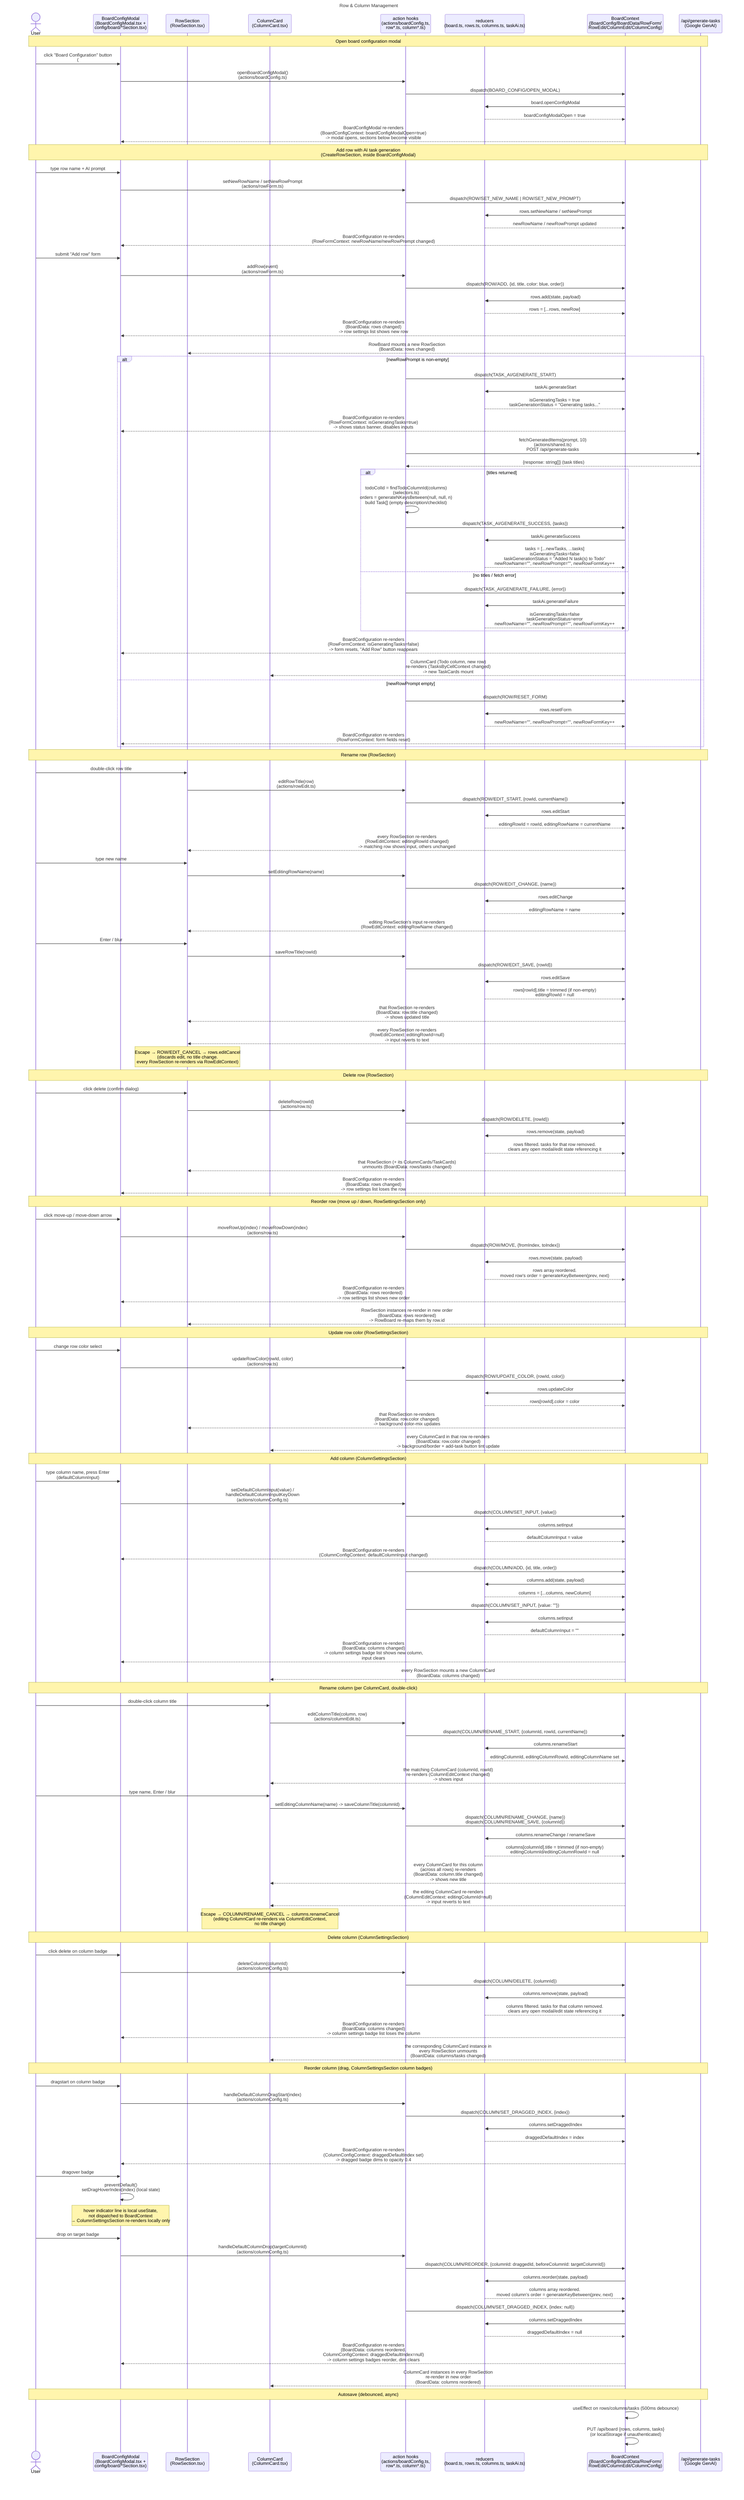
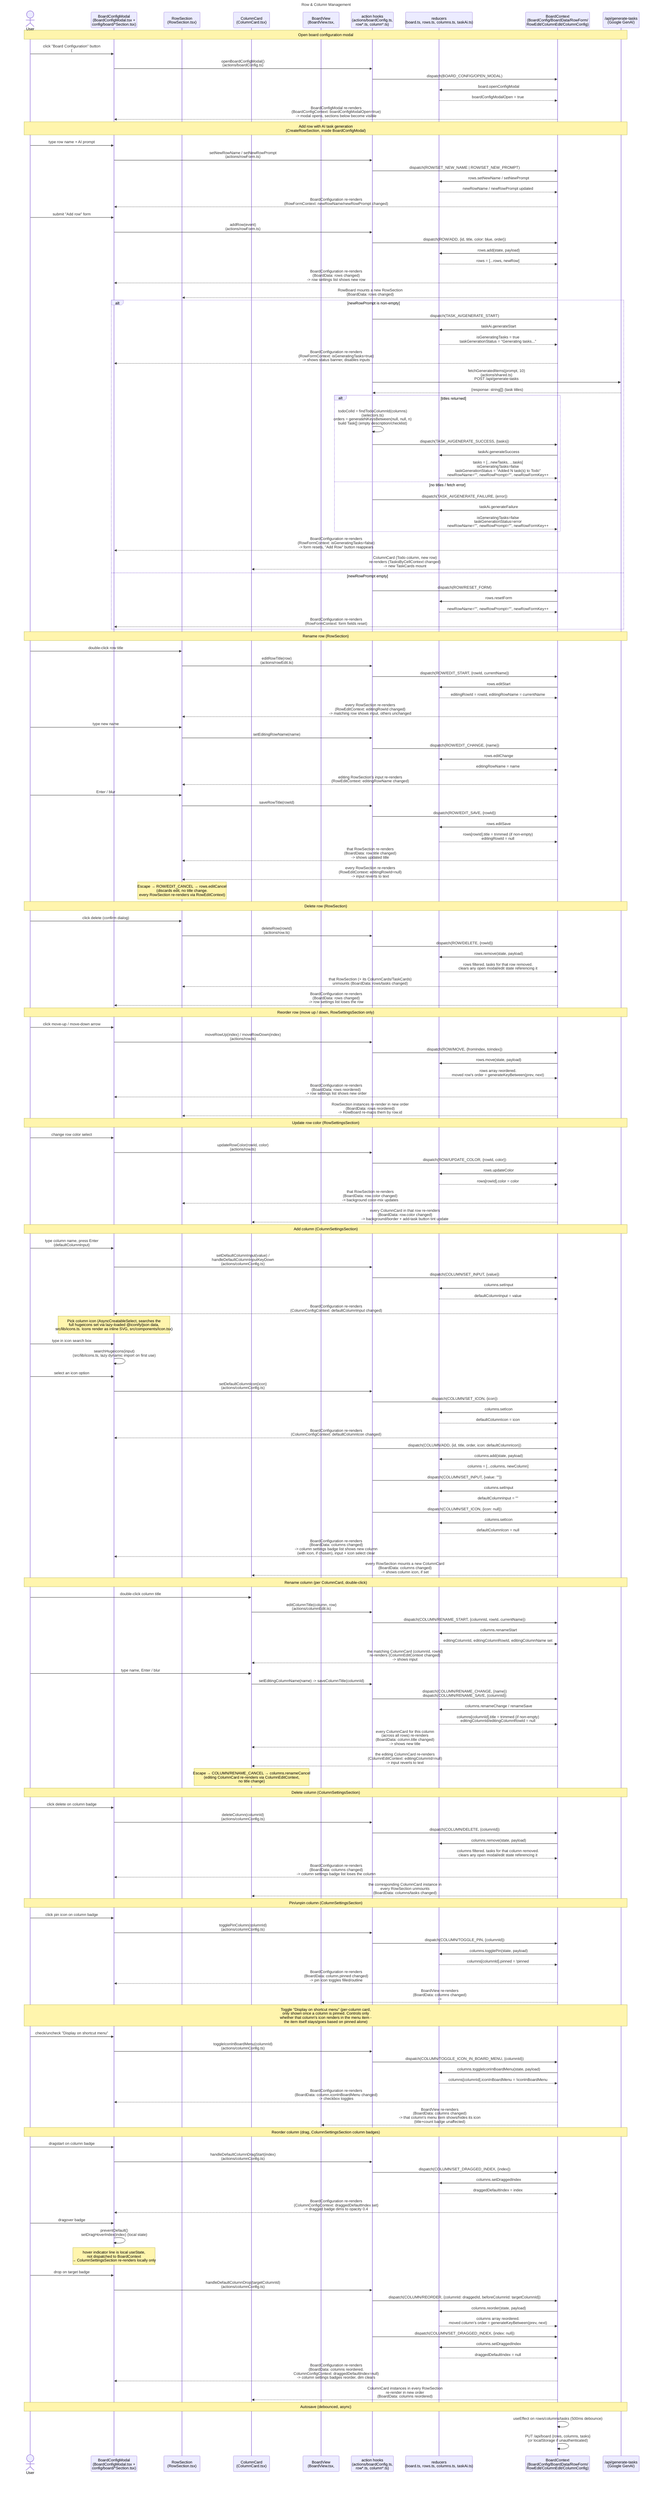
---
title: Row & Column Management
---
sequenceDiagram
    actor User
    participant Config as BoardConfigModal<br/>(BoardConfigModal.tsx +<br/>config/board/*Section.tsx)
    participant Row as RowSection<br/>(RowSection.tsx)
    participant Cell as ColumnCard<br/>(ColumnCard.tsx)
+     participant BoardMenu as BoardView<br/>(BoardView.tsx, #board-menu)
    participant Actions as action hooks<br/>(actions/boardConfig.ts,<br/>row*.ts, column*.ts)
    participant Reducer as reducers<br/>(board.ts, rows.ts, columns.ts, taskAi.ts)
    participant Ctx as BoardContext<br/>(BoardConfig/BoardData/RowForm/<br/>RowEdit/ColumnEdit/ColumnConfig)
    participant AI as /api/generate-tasks<br/>(Google GenAI)

    Note over User,AI: Open board configuration modal
    User->>Config: click "Board Configuration" button<br/>(#board-config-collapse-toggle, BoardView.tsx)
    Config->>Actions: openBoardConfigModal()<br/>(actions/boardConfig.ts)
    Actions->>Ctx: dispatch(BOARD_CONFIG/OPEN_MODAL)
    Ctx->>Reducer: board.openConfigModal
    Reducer-->>Ctx: boardConfigModalOpen = true
    Ctx-->>Config: BoardConfigModal re-renders<br/>(BoardConfigContext: boardConfigModalOpen=true)<br/>-> modal opens, sections below become visible

    Note over User,AI: Add row with AI task generation<br/>(CreateRowSection, inside BoardConfigModal)
    User->>Config: type row name + AI prompt
    Config->>Actions: setNewRowName / setNewRowPrompt<br/>(actions/rowForm.ts)
    Actions->>Ctx: dispatch(ROW/SET_NEW_NAME | ROW/SET_NEW_PROMPT)
    Ctx->>Reducer: rows.setNewName / setNewPrompt
    Reducer-->>Ctx: newRowName / newRowPrompt updated
    Ctx-->>Config: BoardConfiguration re-renders<br/>(RowFormContext: newRowName/newRowPrompt changed)

    User->>Config: submit "Add row" form
    Config->>Actions: addRow(event)<br/>(actions/rowForm.ts)
    Actions->>Ctx: dispatch(ROW/ADD, {id, title, color: blue, order})
    Ctx->>Reducer: rows.add(state, payload)
    Reducer-->>Ctx: rows = [...rows, newRow]
    Ctx-->>Config: BoardConfiguration re-renders<br/>(BoardData: rows changed)<br/>-> row settings list shows new row
    Ctx-->>Row: RowBoard mounts a new RowSection<br/>(BoardData: rows changed)

    alt newRowPrompt is non-empty
        Actions->>Ctx: dispatch(TASK_AI/GENERATE_START)
        Ctx->>Reducer: taskAi.generateStart
        Reducer-->>Ctx: isGeneratingTasks = true<br/>taskGenerationStatus = "Generating tasks..."
        Ctx-->>Config: BoardConfiguration re-renders<br/>(RowFormContext: isGeneratingTasks=true)<br/>-> shows status banner, disables inputs

        Actions->>AI: fetchGeneratedItems(prompt, 10)<br/>(actions/shared.ts)<br/>POST /api/generate-tasks
        AI-->>Actions: {response: string[]} (task titles)

        alt titles returned
            Actions->>Actions: todoColId = findTodoColumnId(columns)<br/>(selectors.ts)<br/>orders = generateNKeysBetween(null, null, n)<br/>build Task[] (empty description/checklist)
            Actions->>Ctx: dispatch(TASK_AI/GENERATE_SUCCESS, {tasks})
            Ctx->>Reducer: taskAi.generateSuccess
            Reducer-->>Ctx: tasks = [...newTasks, ...tasks]<br/>isGeneratingTasks=false<br/>taskGenerationStatus = "Added N task(s) to Todo"<br/>newRowName="", newRowPrompt="", newRowFormKey++
        else no titles / fetch error
            Actions->>Ctx: dispatch(TASK_AI/GENERATE_FAILURE, {error})
            Ctx->>Reducer: taskAi.generateFailure
            Reducer-->>Ctx: isGeneratingTasks=false<br/>taskGenerationStatus=error<br/>newRowName="", newRowPrompt="", newRowFormKey++
        end
        Ctx-->>Config: BoardConfiguration re-renders<br/>(RowFormContext: isGeneratingTasks=false)<br/>-> form resets, "Add Row" button reappears
        Ctx-->>Cell: ColumnCard (Todo column, new row)<br/>re-renders (TasksByCellContext changed)<br/>-> new TaskCards mount
    else newRowPrompt empty
        Actions->>Ctx: dispatch(ROW/RESET_FORM)
        Ctx->>Reducer: rows.resetForm
        Reducer-->>Ctx: newRowName="", newRowPrompt="", newRowFormKey++
        Ctx-->>Config: BoardConfiguration re-renders<br/>(RowFormContext: form fields reset)
    end

    Note over User,AI: Rename row (RowSection)
    User->>Row: double-click row title
    Row->>Actions: editRowTitle(row)<br/>(actions/rowEdit.ts)
    Actions->>Ctx: dispatch(ROW/EDIT_START, {rowId, currentName})
    Ctx->>Reducer: rows.editStart
    Reducer-->>Ctx: editingRowId = rowId, editingRowName = currentName
    Ctx-->>Row: every RowSection re-renders<br/>(RowEditContext: editingRowId changed)<br/>-> matching row shows input, others unchanged

    User->>Row: type new name
    Row->>Actions: setEditingRowName(name)
    Actions->>Ctx: dispatch(ROW/EDIT_CHANGE, {name})
    Ctx->>Reducer: rows.editChange
    Reducer-->>Ctx: editingRowName = name
    Ctx-->>Row: editing RowSection's input re-renders<br/>(RowEditContext: editingRowName changed)

    User->>Row: Enter / blur
    Row->>Actions: saveRowTitle(rowId)
    Actions->>Ctx: dispatch(ROW/EDIT_SAVE, {rowId})
    Ctx->>Reducer: rows.editSave
    Reducer-->>Ctx: rows[rowId].title = trimmed (if non-empty)<br/>editingRowId = null
    Ctx-->>Row: that RowSection re-renders<br/>(BoardData: row.title changed)<br/>-> shows updated title
    Ctx-->>Row: every RowSection re-renders<br/>(RowEditContext: editingRowId=null)<br/>-> input reverts to text

    Note over Row: Escape → ROW/EDIT_CANCEL → rows.editCancel<br/>(discards edit, no title change.<br/>every RowSection re-renders via RowEditContext)

    Note over User,AI: Delete row (RowSection)
    User->>Row: click delete (confirm dialog)
    Row->>Actions: deleteRow(rowId)<br/>(actions/row.ts)
    Actions->>Ctx: dispatch(ROW/DELETE, {rowId})
    Ctx->>Reducer: rows.remove(state, payload)
    Reducer-->>Ctx: rows filtered. tasks for that row removed.<br/>clears any open modal/edit state referencing it
    Ctx-->>Row: that RowSection (+ its ColumnCards/TaskCards)<br/>unmounts (BoardData: rows/tasks changed)
    Ctx-->>Config: BoardConfiguration re-renders<br/>(BoardData: rows changed)<br/>-> row settings list loses the row

    Note over User,AI: Reorder row (move up / down, RowSettingsSection only)
    User->>Config: click move-up / move-down arrow
    Config->>Actions: moveRowUp(index) / moveRowDown(index)<br/>(actions/row.ts)
    Actions->>Ctx: dispatch(ROW/MOVE, {fromIndex, toIndex})
    Ctx->>Reducer: rows.move(state, payload)
    Reducer-->>Ctx: rows array reordered.<br/>moved row's order = generateKeyBetween(prev, next)
    Ctx-->>Config: BoardConfiguration re-renders<br/>(BoardData: rows reordered)<br/>-> row settings list shows new order
    Ctx-->>Row: RowSection instances re-render in new order<br/>(BoardData: rows reordered)<br/>-> RowBoard re-maps them by row.id

    Note over User,AI: Update row color (RowSettingsSection)
    User->>Config: change row color select
    Config->>Actions: updateRowColor(rowId, color)<br/>(actions/row.ts)
    Actions->>Ctx: dispatch(ROW/UPDATE_COLOR, {rowId, color})
    Ctx->>Reducer: rows.updateColor
    Reducer-->>Ctx: rows[rowId].color = color
    Ctx-->>Row: that RowSection re-renders<br/>(BoardData: row.color changed)<br/>-> background color-mix updates
    Ctx-->>Cell: every ColumnCard in that row re-renders<br/>(BoardData: row.color changed)<br/>-> background/border + add-task button tint update

    Note over User,AI: Add column (ColumnSettingsSection)
    User->>Config: type column name, press Enter<br/>(defaultColumnInput)
    Config->>Actions: setDefaultColumnInput(value) /<br/>handleDefaultColumnInputKeyDown<br/>(actions/columnConfig.ts)
    Actions->>Ctx: dispatch(COLUMN/SET_INPUT, {value})
    Ctx->>Reducer: columns.setInput
    Reducer-->>Ctx: defaultColumnInput = value
    Ctx-->>Config: BoardConfiguration re-renders<br/>(ColumnConfigContext: defaultColumnInput changed)

-     Actions->>Ctx: dispatch(COLUMN/ADD, {id, title, order})
+     Note over Config: Pick column icon (AsyncCreatableSelect, searches the<br/>full hugeicons set via lazy-loaded @iconify/json data,<br/>src/lib/icons.ts. Icons render as inline SVG, src/components/Icon.tsx)
+     User->>Config: type in icon search box
+     Config->>Config: searchHugeicons(input)<br/>(src/lib/icons.ts, lazy dynamic import on first use)
+     User->>Config: select an icon option
+     Config->>Actions: setDefaultColumnIcon(icon)<br/>(actions/columnConfig.ts)
+     Actions->>Ctx: dispatch(COLUMN/SET_ICON, {icon})
+     Ctx->>Reducer: columns.setIcon
+     Reducer-->>Ctx: defaultColumnIcon = icon
+     Ctx-->>Config: BoardConfiguration re-renders<br/>(ColumnConfigContext: defaultColumnIcon changed)
+ 
+     Actions->>Ctx: dispatch(COLUMN/ADD, {id, title, order, icon: defaultColumnIcon})
    Ctx->>Reducer: columns.add(state, payload)
    Reducer-->>Ctx: columns = [...columns, newColumn]
    Actions->>Ctx: dispatch(COLUMN/SET_INPUT, {value: ""})
    Ctx->>Reducer: columns.setInput
    Reducer-->>Ctx: defaultColumnInput = ""
-     Ctx-->>Config: BoardConfiguration re-renders<br/>(BoardData: columns changed)<br/>-> column settings badge list shows new column,<br/>input clears
-     Ctx-->>Cell: every RowSection mounts a new ColumnCard<br/>(BoardData: columns changed)
+     Actions->>Ctx: dispatch(COLUMN/SET_ICON, {icon: null})
+     Ctx->>Reducer: columns.setIcon
+     Reducer-->>Ctx: defaultColumnIcon = null
+     Ctx-->>Config: BoardConfiguration re-renders<br/>(BoardData: columns changed)<br/>-> column settings badge list shows new column<br/>(with icon, if chosen), input + icon select clear
+     Ctx-->>Cell: every RowSection mounts a new ColumnCard<br/>(BoardData: columns changed)<br/>-> shows column icon, if set

    Note over User,AI: Rename column (per ColumnCard, double-click)
    User->>Cell: double-click column title
    Cell->>Actions: editColumnTitle(column, row)<br/>(actions/columnEdit.ts)
    Actions->>Ctx: dispatch(COLUMN/RENAME_START, {columnId, rowId, currentName})
    Ctx->>Reducer: columns.renameStart
    Reducer-->>Ctx: editingColumnId, editingColumnRowId, editingColumnName set
    Ctx-->>Cell: the matching ColumnCard (columnId, rowId)<br/>re-renders (ColumnEditContext changed)<br/>-> shows input

    User->>Cell: type name, Enter / blur
    Cell->>Actions: setEditingColumnName(name) -> saveColumnTitle(columnId)
    Actions->>Ctx: dispatch(COLUMN/RENAME_CHANGE, {name})<br/>dispatch(COLUMN/RENAME_SAVE, {columnId})
    Ctx->>Reducer: columns.renameChange / renameSave
    Reducer-->>Ctx: columns[columnId].title = trimmed (if non-empty)<br/>editingColumnId/editingColumnRowId = null
    Ctx-->>Cell: every ColumnCard for this column<br/>(across all rows) re-renders<br/>(BoardData: column.title changed)<br/>-> shows new title
    Ctx-->>Cell: the editing ColumnCard re-renders<br/>(ColumnEditContext: editingColumnId=null)<br/>-> input reverts to text

    Note over Cell: Escape → COLUMN/RENAME_CANCEL → columns.renameCancel<br/>(editing ColumnCard re-renders via ColumnEditContext,<br/>no title change)

    Note over User,AI: Delete column (ColumnSettingsSection)
    User->>Config: click delete on column badge
    Config->>Actions: deleteColumn(columnId)<br/>(actions/columnConfig.ts)
    Actions->>Ctx: dispatch(COLUMN/DELETE, {columnId})
    Ctx->>Reducer: columns.remove(state, payload)
    Reducer-->>Ctx: columns filtered. tasks for that column removed.<br/>clears any open modal/edit state referencing it
    Ctx-->>Config: BoardConfiguration re-renders<br/>(BoardData: columns changed)<br/>-> column settings badge list loses the column
    Ctx-->>Cell: the corresponding ColumnCard instance in<br/>every RowSection unmounts<br/>(BoardData: columns/tasks changed)
+ 
+     Note over User,AI: Pin/unpin column (ColumnSettingsSection)
+     User->>Config: click pin icon on column badge
+     Config->>Actions: togglePinColumn(columnId)<br/>(actions/columnConfig.ts)
+     Actions->>Ctx: dispatch(COLUMN/TOGGLE_PIN, {columnId})
+     Ctx->>Reducer: columns.togglePin(state, payload)
+     Reducer-->>Ctx: columns[columnId].pinned = !pinned
+     Ctx-->>Config: BoardConfiguration re-renders<br/>(BoardData: column.pinned changed)<br/>-> pin icon toggles filled/outline
+     Ctx-->>BoardMenu: BoardView re-renders<br/>(BoardData: columns changed)<br/>-> #board-menu adds/removes that column's<br/>title+count item (always shown when pinned,<br/>regardless of iconInBoardMenu)
+ 
+     Note over User,AI: Toggle "Display on shortcut menu" (per-column card,<br/>only shown once a column is pinned. Controls only<br/>whether that column's icon renders in the menu item -<br/>the item itself stays/goes based on pinned alone)
+     User->>Config: check/uncheck "Display on shortcut menu"
+     Config->>Actions: toggleIconInBoardMenu(columnId)<br/>(actions/columnConfig.ts)
+     Actions->>Ctx: dispatch(COLUMN/TOGGLE_ICON_IN_BOARD_MENU, {columnId})
+     Ctx->>Reducer: columns.toggleIconInBoardMenu(state, payload)
+     Reducer-->>Ctx: columns[columnId].iconInBoardMenu = !iconInBoardMenu
+     Ctx-->>Config: BoardConfiguration re-renders<br/>(BoardData: column.iconInBoardMenu changed)<br/>-> checkbox toggles
+     Ctx-->>BoardMenu: BoardView re-renders<br/>(BoardData: columns changed)<br/>-> that column's menu item shows/hides its icon<br/>(title+count badge unaffected)

    Note over User,AI: Reorder column (drag, ColumnSettingsSection column badges)
    User->>Config: dragstart on column badge
    Config->>Actions: handleDefaultColumnDragStart(index)<br/>(actions/columnConfig.ts)
    Actions->>Ctx: dispatch(COLUMN/SET_DRAGGED_INDEX, {index})
    Ctx->>Reducer: columns.setDraggedIndex
    Reducer-->>Ctx: draggedDefaultIndex = index
    Ctx-->>Config: BoardConfiguration re-renders<br/>(ColumnConfigContext: draggedDefaultIndex set)<br/>-> dragged badge dims to opacity 0.4

    User->>Config: dragover badge
    Config->>Config: preventDefault()<br/>setDragHoverIndex(index) (local state)
    Note over Config: hover indicator line is local useState,<br/>not dispatched to BoardContext<br/>→ ColumnSettingsSection re-renders locally only

    User->>Config: drop on target badge
    Config->>Actions: handleDefaultColumnDrop(targetColumnId)<br/>(actions/columnConfig.ts)
    Actions->>Ctx: dispatch(COLUMN/REORDER, {columnId: draggedId, beforeColumnId: targetColumnId})
    Ctx->>Reducer: columns.reorder(state, payload)
    Reducer-->>Ctx: columns array reordered.<br/>moved column's order = generateKeyBetween(prev, next)
    Actions->>Ctx: dispatch(COLUMN/SET_DRAGGED_INDEX, {index: null})
    Ctx->>Reducer: columns.setDraggedIndex
    Reducer-->>Ctx: draggedDefaultIndex = null
    Ctx-->>Config: BoardConfiguration re-renders<br/>(BoardData: columns reordered.<br/>ColumnConfigContext: draggedDefaultIndex=null)<br/>-> column settings badges reorder, dim clears
    Ctx-->>Cell: ColumnCard instances in every RowSection<br/>re-render in new order<br/>(BoardData: columns reordered)

    Note over User,AI: Autosave (debounced, async)
    Ctx->>Ctx: useEffect on rows/columns/tasks (500ms debounce)
    Ctx->>Ctx: PUT /api/board {rows, columns, tasks}<br/>(or localStorage if unauthenticated)
